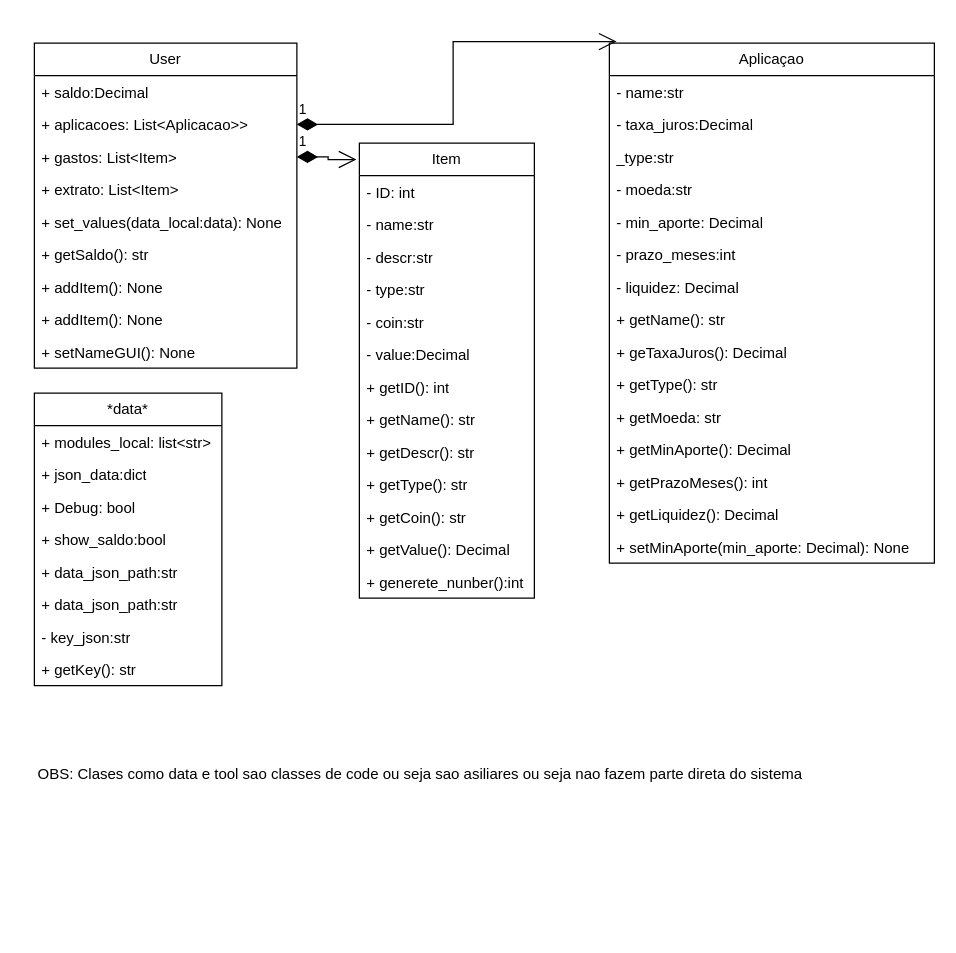
Before: doc/CoreOS_Finace_UML.drawio in QuittoGames/CoreOS_Finace, a draw.io diagram. Source tidied: cells renumbered, new cells numbered last; positions are measured from the earlier drawing's top-left corner, leaving out a move shared by most shapes. Both pictures are drawn from the tidied source at 125%, with x=0, y=0 at pixel (21, 42).
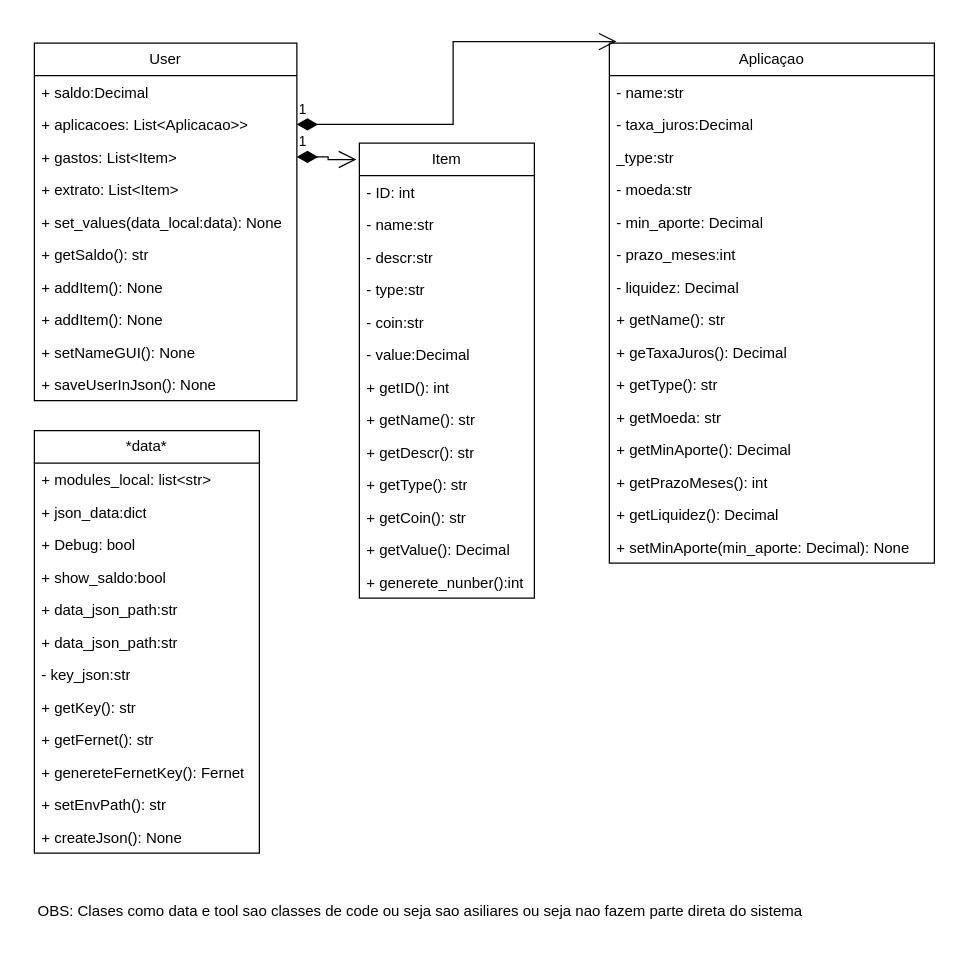
After the change.

Change to the diagram source:
```diff
@@
     <mxCell id="2" value="User" style="swimlane;fontStyle=0;horizontal=1;startSize=26;fillColor=none;whiteSpace=wrap;html=1;" parent="1" vertex="1">
-      <mxGeometry x="10" width="210" height="260" as="geometry" />
+      <mxGeometry x="10" width="210" height="286" as="geometry" />
     </mxCell>
@@
+    <mxCell id="54" value="+ saveUserInJson(): None" style="text;strokeColor=none;fillColor=none;align=left;verticalAlign=top;spacingLeft=4;spacingRight=4;overflow=hidden;whiteSpace=wrap;html=1;" parent="2" vertex="1">
+      <mxGeometry y="260" width="210" height="26" as="geometry" />
+    </mxCell>
@@
     <mxCell id="42" value="OBS: Clases como data e tool sao classes de code ou seja sao asiliares ou seja nao fazem parte direta do sistema&amp;nbsp;" style="text;html=1;align=center;verticalAlign=middle;strokeColor=none;fillColor=none;" parent="1" vertex="1">
-      <mxGeometry y="570" width="640" height="30" as="geometry" />
+      <mxGeometry y="680" width="640" height="30" as="geometry" />
     </mxCell>
@@
     <mxCell id="45" value="*data*" style="swimlane;fontStyle=0;horizontal=1;startSize=26;fillColor=none;whiteSpace=wrap;html=1;" parent="1" vertex="1">
-      <mxGeometry x="10" y="280" width="150" height="234" as="geometry" />
+      <mxGeometry x="10" y="310" width="180" height="338" as="geometry" />
     </mxCell>
     <mxCell id="46" value="+ modules_local: list&amp;lt;str&amp;gt;" style="text;strokeColor=none;fillColor=none;align=left;verticalAlign=top;spacingLeft=4;spacingRight=4;overflow=hidden;whiteSpace=wrap;html=1;" parent="45" vertex="1">
-      <mxGeometry y="26" width="150" height="26" as="geometry" />
+      <mxGeometry y="26" width="180" height="26" as="geometry" />
     </mxCell>
     <mxCell id="47" value="+ json_data:dict" style="text;strokeColor=none;fillColor=none;align=left;verticalAlign=top;spacingLeft=4;spacingRight=4;overflow=hidden;whiteSpace=wrap;html=1;" parent="45" vertex="1">
-      <mxGeometry y="52" width="150" height="26" as="geometry" />
+      <mxGeometry y="52" width="180" height="26" as="geometry" />
     </mxCell>
     <mxCell id="48" value="+ Debug: bool" style="text;strokeColor=none;fillColor=none;align=left;verticalAlign=top;spacingLeft=4;spacingRight=4;overflow=hidden;whiteSpace=wrap;html=1;" parent="45" vertex="1">
-      <mxGeometry y="78" width="150" height="26" as="geometry" />
+      <mxGeometry y="78" width="180" height="26" as="geometry" />
     </mxCell>
     <mxCell id="49" value="+ show_saldo:bool" style="text;strokeColor=none;fillColor=none;align=left;verticalAlign=top;spacingLeft=4;spacingRight=4;overflow=hidden;whiteSpace=wrap;html=1;" parent="45" vertex="1">
-      <mxGeometry y="104" width="150" height="26" as="geometry" />
+      <mxGeometry y="104" width="180" height="26" as="geometry" />
     </mxCell>
     <mxCell id="50" value="+ data_json_path:str" style="text;strokeColor=none;fillColor=none;align=left;verticalAlign=top;spacingLeft=4;spacingRight=4;overflow=hidden;whiteSpace=wrap;html=1;" parent="45" vertex="1">
-      <mxGeometry y="130" width="150" height="26" as="geometry" />
+      <mxGeometry y="130" width="180" height="26" as="geometry" />
     </mxCell>
     <mxCell id="51" value="+ data_json_path:str" style="text;strokeColor=none;fillColor=none;align=left;verticalAlign=top;spacingLeft=4;spacingRight=4;overflow=hidden;whiteSpace=wrap;html=1;" parent="45" vertex="1">
-      <mxGeometry y="156" width="150" height="26" as="geometry" />
+      <mxGeometry y="156" width="180" height="26" as="geometry" />
     </mxCell>
     <mxCell id="52" value="- key_json:str" style="text;strokeColor=none;fillColor=none;align=left;verticalAlign=top;spacingLeft=4;spacingRight=4;overflow=hidden;whiteSpace=wrap;html=1;" parent="45" vertex="1">
-      <mxGeometry y="182" width="150" height="26" as="geometry" />
+      <mxGeometry y="182" width="180" height="26" as="geometry" />
     </mxCell>
     <mxCell id="53" value="+ getKey(): str" style="text;strokeColor=none;fillColor=none;align=left;verticalAlign=top;spacingLeft=4;spacingRight=4;overflow=hidden;whiteSpace=wrap;html=1;" parent="45" vertex="1">
-      <mxGeometry y="208" width="150" height="26" as="geometry" />
+      <mxGeometry y="208" width="180" height="26" as="geometry" />
     </mxCell>
+    <mxCell id="55" value="+ getFernet(): str" style="text;strokeColor=none;fillColor=none;align=left;verticalAlign=top;spacingLeft=4;spacingRight=4;overflow=hidden;whiteSpace=wrap;html=1;" parent="45" vertex="1">
+      <mxGeometry y="234" width="180" height="26" as="geometry" />
+    </mxCell>
+    <mxCell id="56" value="+ genereteFernetKey(): Fernet" style="text;strokeColor=none;fillColor=none;align=left;verticalAlign=top;spacingLeft=4;spacingRight=4;overflow=hidden;whiteSpace=wrap;html=1;" parent="45" vertex="1">
+      <mxGeometry y="260" width="180" height="26" as="geometry" />
+    </mxCell>
+    <mxCell id="57" value="+ setEnvPath(): str" style="text;strokeColor=none;fillColor=none;align=left;verticalAlign=top;spacingLeft=4;spacingRight=4;overflow=hidden;whiteSpace=wrap;html=1;" parent="45" vertex="1">
+      <mxGeometry y="286" width="180" height="26" as="geometry" />
+    </mxCell>
+    <mxCell id="58" value="+ createJson(): None" style="text;strokeColor=none;fillColor=none;align=left;verticalAlign=top;spacingLeft=4;spacingRight=4;overflow=hidden;whiteSpace=wrap;html=1;" parent="45" vertex="1">
+      <mxGeometry y="312" width="180" height="26" as="geometry" />
+    </mxCell>
```
